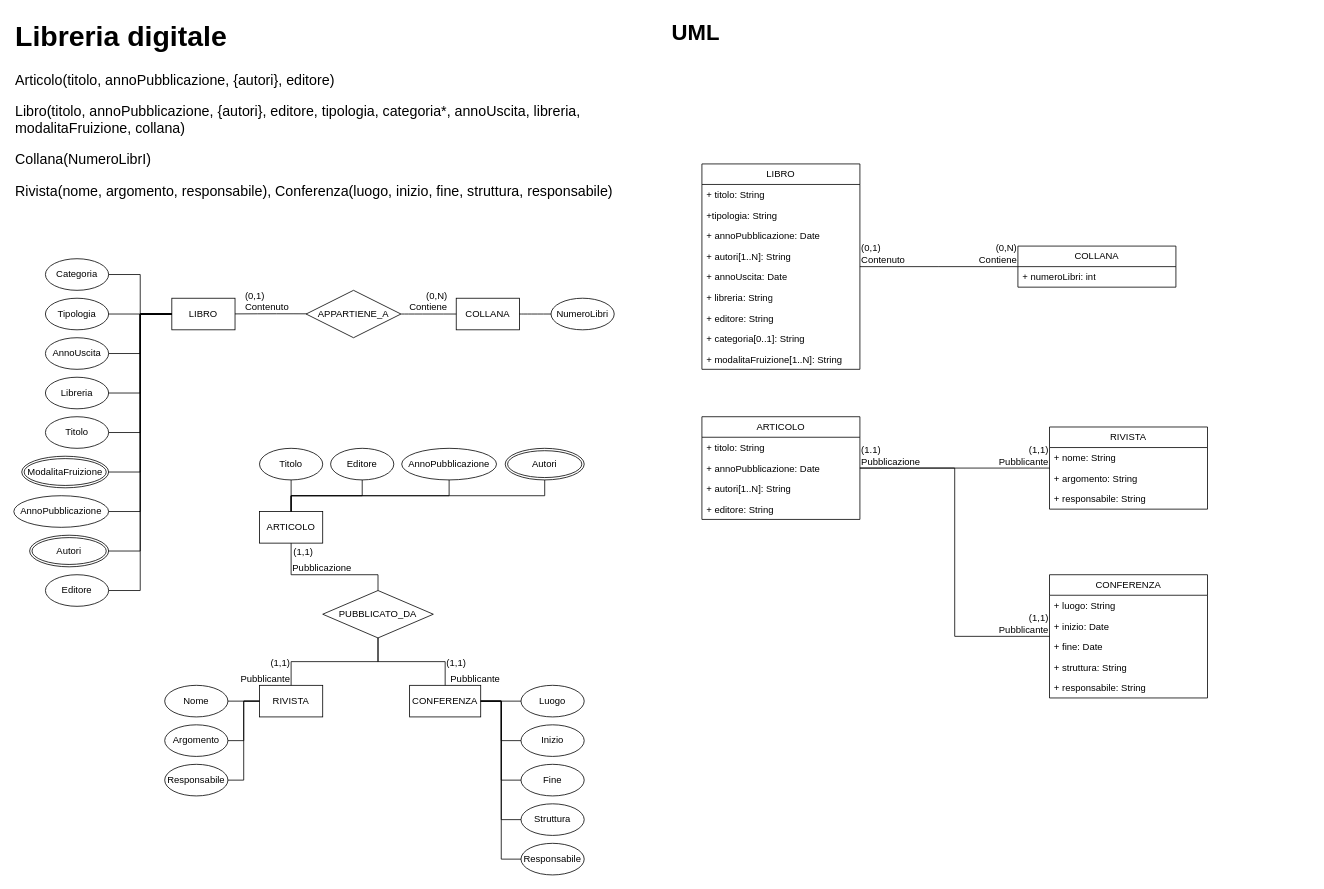
Before: page "Page-1" (1 of 3) of database/esercitazione1.drawio in Gabbinetto/draw.io-diagrams, a draw.io diagram. Source tidied: cells renumbered, new cells numbered last; positions are measured from the earlier drawing's top-left corner, leaving out a move shared by most shapes. Both pictures are drawn from the tidied source at 79%, with x=0, y=0 at pixel (13, 13).
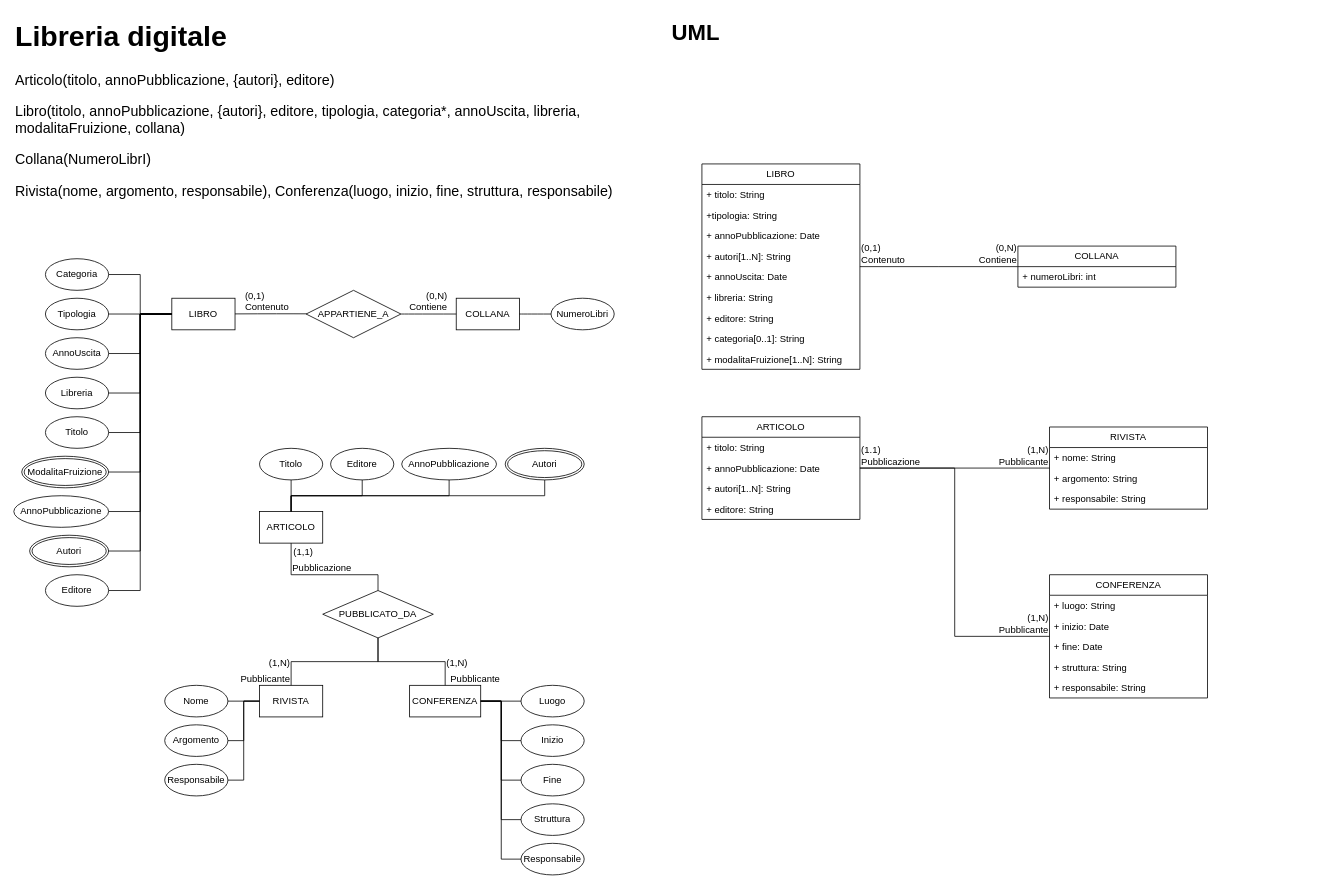
After the change.

The change refers to these unchanged cells:
```xml
<mxCell id="51" style="endArrow=none;html=1;rounded=0;fontSize=12;startSize=8;endSize=8;edgeStyle=elbowEdgeStyle;elbow=vertical;" parent="1" edge="1" source="40" target="30">
  <mxGeometry relative="1" as="geometry" />
</mxCell>
<mxCell id="53" style="endArrow=none;html=1;rounded=0;fontSize=12;startSize=8;endSize=8;edgeStyle=elbowEdgeStyle;elbow=vertical;" parent="1" edge="1" source="40" target="31">
  <mxGeometry relative="1" as="geometry" />
</mxCell>
<mxCell id="98" style="endArrow=none;html=1;rounded=0;edgeStyle=elbowEdgeStyle;" parent="1" edge="1" source="83" target="88">
  <mxGeometry relative="1" as="geometry" />
</mxCell>
<mxCell id="101" style="endArrow=none;html=1;rounded=0;edgeStyle=elbowEdgeStyle;" parent="1" edge="1" source="83" target="92">
  <mxGeometry relative="1" as="geometry" />
</mxCell>
```

Diff of the diagram source:
```diff
@@
-    <mxCell id="52" value="(1,1)" style="html=1;whiteSpace=wrap;align=right;verticalAlign=bottom;" parent="51" vertex="1">
+    <mxCell id="52" value="(1,N)" style="html=1;whiteSpace=wrap;align=right;verticalAlign=bottom;" parent="51" vertex="1">
       <mxGeometry x="1" relative="1" as="geometry">
         <mxPoint y="-20" as="offset" />
       </mxGeometry>
     </mxCell>
@@
-    <mxCell id="54" value="(1,1)" style="html=1;whiteSpace=wrap;align=left;verticalAlign=bottom;" parent="53" vertex="1">
+    <mxCell id="54" value="(1,N)" style="html=1;whiteSpace=wrap;align=left;verticalAlign=bottom;" parent="53" vertex="1">
       <mxGeometry x="1" relative="1" as="geometry">
         <mxPoint y="-20" as="offset" />
       </mxGeometry>
     </mxCell>
@@
-    <mxCell id="100" value="&lt;div&gt;(1,1)&lt;/div&gt;&lt;div&gt;Pubblicante&lt;/div&gt;" style="html=1;whiteSpace=wrap;align=right;verticalAlign=bottom;" parent="98" vertex="1">
+    <mxCell id="100" value="&lt;div&gt;(1,N)&lt;/div&gt;&lt;div&gt;Pubblicante&lt;/div&gt;" style="html=1;whiteSpace=wrap;align=right;verticalAlign=bottom;" parent="98" vertex="1">
       <mxGeometry x="1" relative="1" as="geometry" />
     </mxCell>
@@
-    <mxCell id="102" value="&lt;div&gt;(1,1)&lt;/div&gt;&lt;div&gt;Pubblicante&lt;/div&gt;" style="html=1;whiteSpace=wrap;align=right;verticalAlign=bottom;" parent="101" vertex="1">
+    <mxCell id="102" value="&lt;div&gt;(1,N)&lt;/div&gt;&lt;div&gt;Pubblicante&lt;/div&gt;" style="html=1;whiteSpace=wrap;align=right;verticalAlign=bottom;" parent="101" vertex="1">
       <mxGeometry x="1" relative="1" as="geometry" />
     </mxCell>
```
